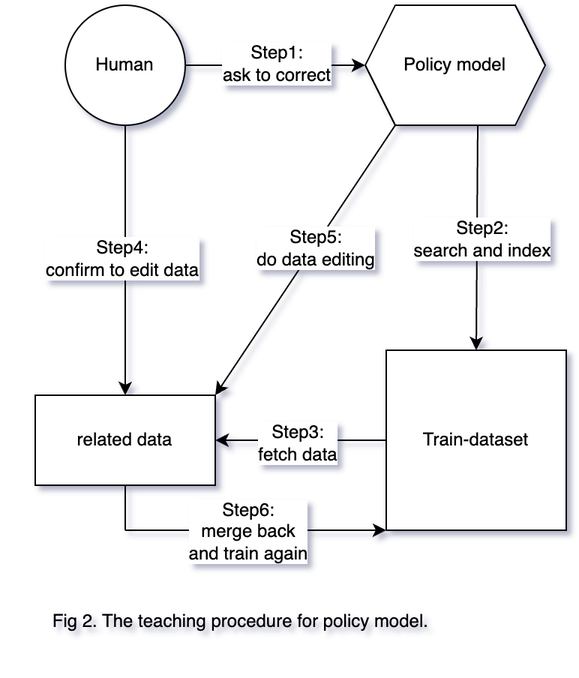
Earlier version of the draw.io export assets/png/self-correct-chatgpt/fig2.png (guotong1988/guotong1988.github.io). Source tidied: cells renumbered, new cells last; positions are measured from the earlier drawing's top-left corner, leaving out a move shared by most shapes. The source it was exported from:
```xml
<mxGraphModel background="#ffffff">
  <root>
    <mxCell id="0" />
    <mxCell id="1" parent="0" />
    <mxCell id="2" value="related data" style="rounded=0;whiteSpace=wrap;html=1;" parent="1" vertex="1">
      <mxGeometry x="20" y="260" width="120" height="60" as="geometry" />
    </mxCell>
    <mxCell id="3" value="Human" style="ellipse;whiteSpace=wrap;html=1;" parent="1" vertex="1">
      <mxGeometry x="40" width="80" height="80" as="geometry" />
    </mxCell>
    <mxCell id="4" value="Policy model" style="shape=hexagon;perimeter=hexagonPerimeter2;whiteSpace=wrap;html=1;fixedSize=1;" parent="1" vertex="1">
      <mxGeometry x="240" width="120" height="80" as="geometry" />
    </mxCell>
    <mxCell id="5" style="endArrow=classic;html=1;entryX=0;entryY=0.5;entryDx=0;entryDy=0;exitX=1;exitY=0.5;exitDx=0;exitDy=0;" parent="1" edge="1" source="3" target="4">
      <mxGeometry relative="1" as="geometry" />
    </mxCell>
    <mxCell id="6" value="Step1:&lt;br&gt;ask to correct" style="edgeLabel;html=1;align=center;verticalAlign=middle;" parent="5" vertex="1">
      <mxGeometry y="2" relative="1" as="geometry" />
    </mxCell>
    <mxCell id="7" value="Train-dataset" style="whiteSpace=wrap;html=1;" parent="1" vertex="1">
      <mxGeometry x="254" y="230" width="120" height="120" as="geometry" />
    </mxCell>
    <mxCell id="8" style="endArrow=classic;html=1;entryX=0.5;entryY=0;entryDx=0;entryDy=0;exitX=0.625;exitY=1;exitDx=0;exitDy=0;" parent="1" edge="1" source="4" target="7">
      <mxGeometry relative="1" as="geometry" />
    </mxCell>
    <mxCell id="9" value="Step2:&lt;br&gt;search and index" style="edgeLabel;html=1;align=center;verticalAlign=middle;" parent="8" vertex="1">
      <mxGeometry y="2" relative="1" as="geometry">
        <mxPoint x="1" as="offset" />
      </mxGeometry>
    </mxCell>
    <mxCell id="10" style="endArrow=classic;html=1;" parent="1" edge="1" target="2">
      <mxGeometry relative="1" as="geometry">
        <mxPoint x="80" y="80" as="sourcePoint" />
      </mxGeometry>
    </mxCell>
    <mxCell id="11" value="Step4:&lt;br&gt;confirm to edit data" style="edgeLabel;html=1;align=center;verticalAlign=middle;" parent="10" vertex="1">
      <mxGeometry x="-0.03" y="-3" relative="1" as="geometry" />
    </mxCell>
    <mxCell id="12" style="endArrow=classic;html=1;entryX=1;entryY=0.5;entryDx=0;entryDy=0;exitX=0;exitY=0.5;exitDx=0;exitDy=0;" parent="1" edge="1" source="7" target="2">
      <mxGeometry relative="1" as="geometry" />
    </mxCell>
    <mxCell id="13" value="Step3:&lt;br&gt;fetch data" style="edgeLabel;html=1;align=center;verticalAlign=middle;" parent="12" vertex="1">
      <mxGeometry x="0.05" y="1" relative="1" as="geometry" />
    </mxCell>
    <mxCell id="14" style="endArrow=classic;html=1;entryX=1;entryY=0;entryDx=0;entryDy=0;" parent="1" edge="1" target="2">
      <mxGeometry relative="1" as="geometry">
        <mxPoint x="260" y="80" as="sourcePoint" />
      </mxGeometry>
    </mxCell>
    <mxCell id="15" value="Step5:&lt;br&gt;do data editing" style="edgeLabel;html=1;align=center;verticalAlign=middle;" parent="14" vertex="1">
      <mxGeometry x="-0.09" relative="1" as="geometry">
        <mxPoint x="1" as="offset" />
      </mxGeometry>
    </mxCell>
    <mxCell id="16" style="endArrow=classic;html=1;entryX=0;entryY=1;entryDx=0;entryDy=0;" parent="1" edge="1" target="7">
      <mxGeometry relative="1" as="geometry">
        <mxPoint x="80" y="350" as="sourcePoint" />
      </mxGeometry>
    </mxCell>
    <mxCell id="17" value="Step6:&lt;br&gt;merge back&lt;br&gt;and train again" style="edgeLabel;html=1;align=center;verticalAlign=middle;" parent="16" vertex="1">
      <mxGeometry x="-0.07" relative="1" as="geometry" />
    </mxCell>
    <mxCell id="18" style="endArrow=none;html=1;entryX=0.5;entryY=1;entryDx=0;entryDy=0;" parent="1" edge="1" target="2">
      <mxGeometry relative="1" as="geometry">
        <mxPoint x="80" y="350" as="sourcePoint" />
      </mxGeometry>
    </mxCell>
    <mxCell id="19" value="&lt;p style=&quot;min-height: 24px ; margin: 8px 0&quot;&gt;&amp;nbsp; &amp;nbsp; &amp;nbsp; &amp;nbsp;Fig 2. The teaching procedure for policy model.&lt;/p&gt;&lt;span&gt;&lt;/span&gt;" style="text;html=1;align=center;verticalAlign=middle;" parent="1" vertex="1">
      <mxGeometry y="390" width="290" height="50" as="geometry" />
    </mxCell>
  </root>
</mxGraphModel>
```
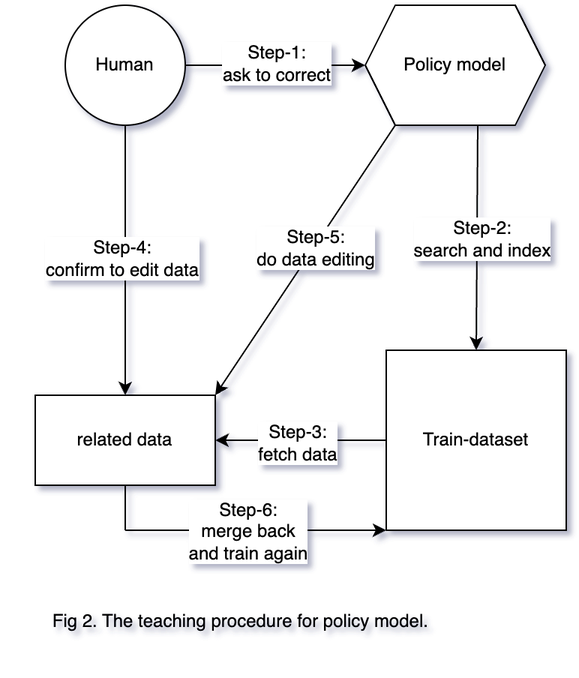
After the change.

Diff of the diagram source:
```diff
@@ -14,7 +14,7 @@
     <mxCell id="5" style="endArrow=classic;html=1;entryX=0;entryY=0.5;entryDx=0;entryDy=0;exitX=1;exitY=0.5;exitDx=0;exitDy=0;" parent="1" edge="1" source="3" target="4">
       <mxGeometry relative="1" as="geometry" />
     </mxCell>
-    <mxCell id="6" value="Step1:&lt;br&gt;ask to correct" style="edgeLabel;html=1;align=center;verticalAlign=middle;" parent="5" vertex="1">
+    <mxCell id="6" value="Step-1:&lt;br&gt;ask to correct" style="edgeLabel;html=1;align=center;verticalAlign=middle;" parent="5" vertex="1">
       <mxGeometry y="2" relative="1" as="geometry" />
     </mxCell>
     <mxCell id="7" value="Train-dataset" style="whiteSpace=wrap;html=1;" parent="1" vertex="1">
@@ -23,7 +23,7 @@
     <mxCell id="8" style="endArrow=classic;html=1;entryX=0.5;entryY=0;entryDx=0;entryDy=0;exitX=0.625;exitY=1;exitDx=0;exitDy=0;" parent="1" edge="1" source="4" target="7">
       <mxGeometry relative="1" as="geometry" />
     </mxCell>
-    <mxCell id="9" value="Step2:&lt;br&gt;search and index" style="edgeLabel;html=1;align=center;verticalAlign=middle;" parent="8" vertex="1">
+    <mxCell id="9" value="Step-2:&lt;br&gt;search and index" style="edgeLabel;html=1;align=center;verticalAlign=middle;" parent="8" vertex="1">
       <mxGeometry y="2" relative="1" as="geometry">
         <mxPoint x="1" as="offset" />
       </mxGeometry>
@@ -33,13 +33,13 @@
         <mxPoint x="80" y="80" as="sourcePoint" />
       </mxGeometry>
     </mxCell>
-    <mxCell id="11" value="Step4:&lt;br&gt;confirm to edit data" style="edgeLabel;html=1;align=center;verticalAlign=middle;" parent="10" vertex="1">
+    <mxCell id="11" value="Step-4:&lt;br&gt;confirm to edit data" style="edgeLabel;html=1;align=center;verticalAlign=middle;" parent="10" vertex="1">
       <mxGeometry x="-0.03" y="-3" relative="1" as="geometry" />
     </mxCell>
     <mxCell id="12" style="endArrow=classic;html=1;entryX=1;entryY=0.5;entryDx=0;entryDy=0;exitX=0;exitY=0.5;exitDx=0;exitDy=0;" parent="1" edge="1" source="7" target="2">
       <mxGeometry relative="1" as="geometry" />
     </mxCell>
-    <mxCell id="13" value="Step3:&lt;br&gt;fetch data" style="edgeLabel;html=1;align=center;verticalAlign=middle;" parent="12" vertex="1">
+    <mxCell id="13" value="Step-3:&lt;br&gt;fetch data" style="edgeLabel;html=1;align=center;verticalAlign=middle;" parent="12" vertex="1">
       <mxGeometry x="0.05" y="1" relative="1" as="geometry" />
     </mxCell>
     <mxCell id="14" style="endArrow=classic;html=1;entryX=1;entryY=0;entryDx=0;entryDy=0;" parent="1" edge="1" target="2">
@@ -47,7 +47,7 @@
         <mxPoint x="260" y="80" as="sourcePoint" />
       </mxGeometry>
     </mxCell>
-    <mxCell id="15" value="Step5:&lt;br&gt;do data editing" style="edgeLabel;html=1;align=center;verticalAlign=middle;" parent="14" vertex="1">
+    <mxCell id="15" value="Step-5:&lt;br&gt;do data editing" style="edgeLabel;html=1;align=center;verticalAlign=middle;" parent="14" vertex="1">
       <mxGeometry x="-0.09" relative="1" as="geometry">
         <mxPoint x="1" as="offset" />
       </mxGeometry>
@@ -57,7 +57,7 @@
         <mxPoint x="80" y="350" as="sourcePoint" />
       </mxGeometry>
     </mxCell>
-    <mxCell id="17" value="Step6:&lt;br&gt;merge back&lt;br&gt;and train again" style="edgeLabel;html=1;align=center;verticalAlign=middle;" parent="16" vertex="1">
+    <mxCell id="17" value="Step-6:&lt;br&gt;merge back&lt;br&gt;and train again" style="edgeLabel;html=1;align=center;verticalAlign=middle;" parent="16" vertex="1">
       <mxGeometry x="-0.07" relative="1" as="geometry" />
     </mxCell>
     <mxCell id="18" style="endArrow=none;html=1;entryX=0.5;entryY=1;entryDx=0;entryDy=0;" parent="1" edge="1" target="2">
```
